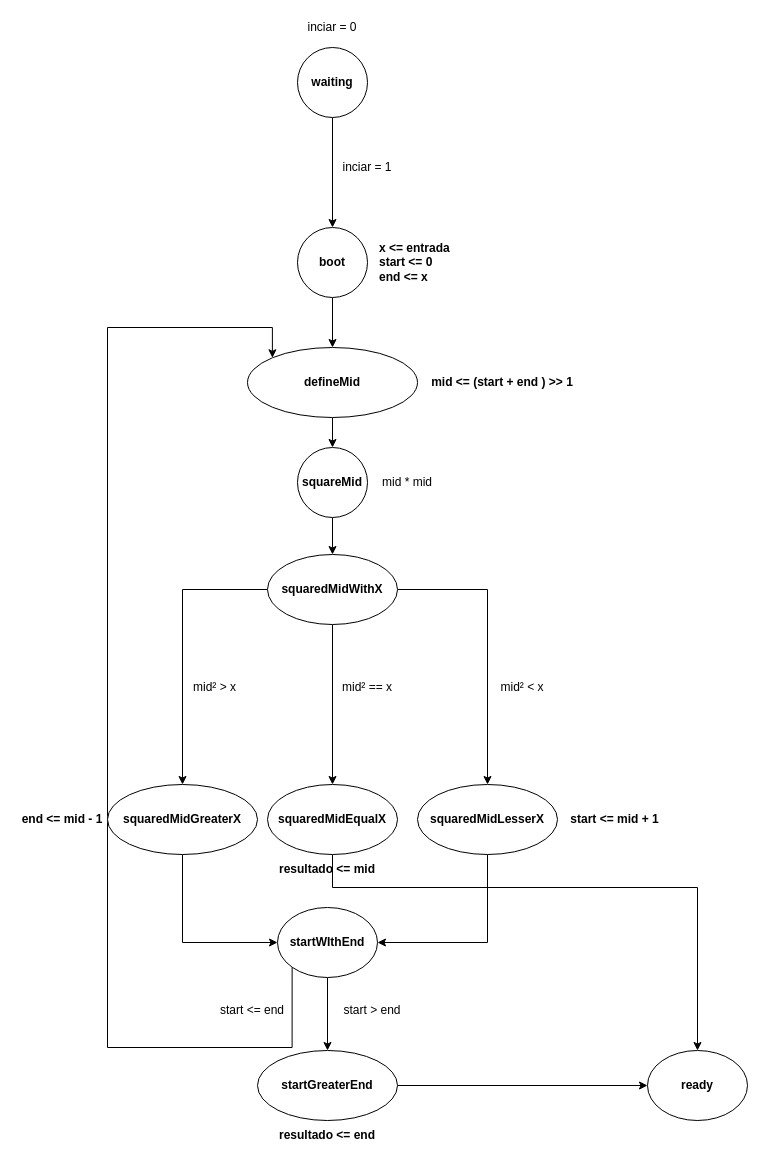
This is FSM.drawio from LeoGCRocha/sqrt-vhdl, a draw.io file, before an edit. Source tidied: cells renumbered, new cells numbered last; positions are measured from the earlier drawing's top-left corner, leaving out a move shared by most shapes. Both pictures are drawn from the tidied source at 100%, with x=0, y=0 at pixel (17, 17).
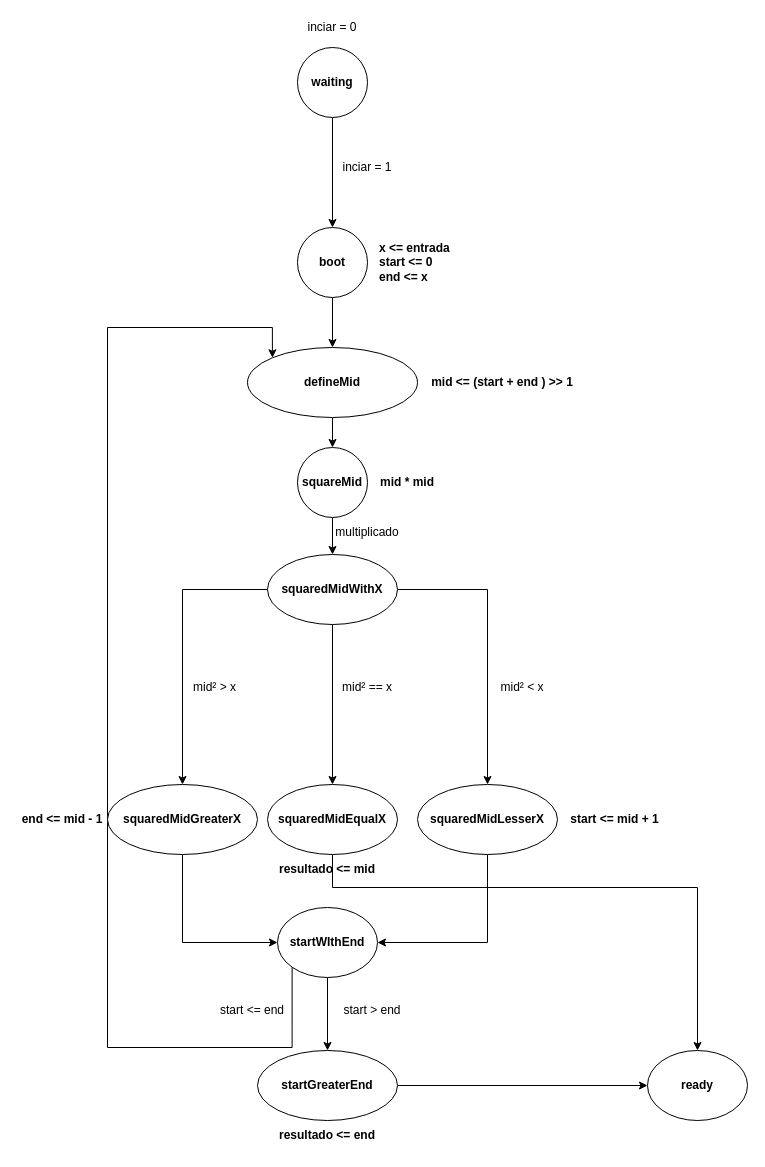
The same page after the edit.

The edit, as a diff of the source:
```diff
@@
-    <mxCell id="35" value="mid * mid" style="text;html=1;strokeColor=none;fillColor=none;align=center;verticalAlign=middle;whiteSpace=wrap;rounded=0;" parent="1" vertex="1">
+    <mxCell id="35" value="&lt;b&gt;mid * mid&lt;/b&gt;" style="text;html=1;strokeColor=none;fillColor=none;align=center;verticalAlign=middle;whiteSpace=wrap;rounded=0;" parent="1" vertex="1">
       <mxGeometry x="360" y="450" width="60" height="30" as="geometry" />
     </mxCell>
@@
+    <mxCell id="40" value="multiplicado" style="text;html=1;strokeColor=none;fillColor=none;align=center;verticalAlign=middle;whiteSpace=wrap;rounded=0;" parent="1" vertex="1">
+      <mxGeometry x="315" y="500" width="70" height="30" as="geometry" />
+    </mxCell>
```
